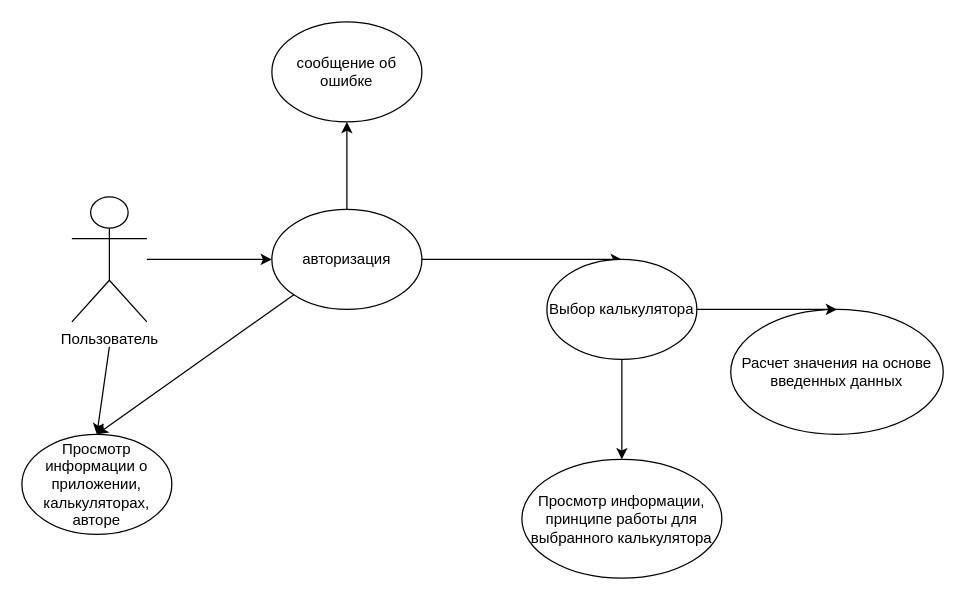
This is pr1.drawio from Alexander-Bankov/draw, a draw.io file, before an edit. Source tidied: cells renumbered, new cells numbered last; positions are measured from the earlier drawing's top-left corner, leaving out a move shared by most shapes. Both pictures are drawn from the tidied source at 125%, with x=0, y=0 at pixel (21, 21).
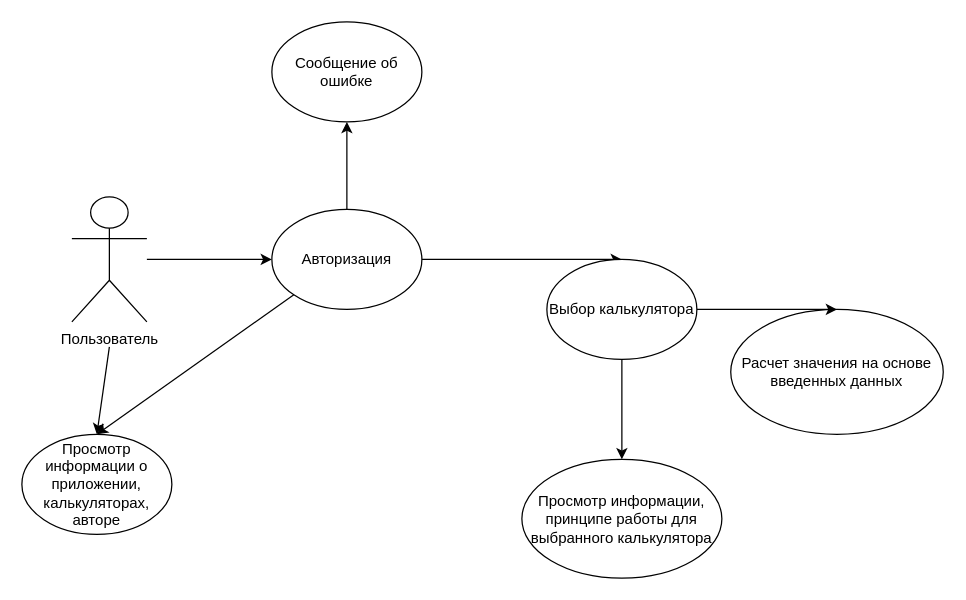
The same page after the edit.

Diff of the diagram source:
```diff
@@
 <mxGraphModel>
   <root>
     <mxCell id="0" />
     <mxCell id="1" parent="0" />
     <mxCell id="2" value="Пользователь" style="shape=umlActor;verticalLabelPosition=bottom;verticalAlign=top;html=1;outlineConnect=0;labelPosition=center;align=center;" parent="1" vertex="1">
       <mxGeometry x="40" y="140" width="60" height="100" as="geometry" />
     </mxCell>
     <mxCell id="3" style="endArrow=classic;html=1;rounded=0;entryX=0.5;entryY=0;entryDx=0;entryDy=0;" parent="1" edge="1" source="13" target="4">
       <mxGeometry relative="1" as="geometry" />
     </mxCell>
     <mxCell id="4" value="Выбор калькулятора" style="ellipse;whiteSpace=wrap;html=1;" parent="1" vertex="1">
       <mxGeometry x="420" y="190" width="120" height="80" as="geometry" />
     </mxCell>
     <mxCell id="5" value="Просмотр информации, принципе работы для выбранного калькулятора" style="ellipse;whiteSpace=wrap;html=1;" parent="1" vertex="1">
       <mxGeometry x="400" y="350" width="160" height="95" as="geometry" />
     </mxCell>
     <mxCell id="6" style="endArrow=classic;html=1;rounded=0;entryX=0.5;entryY=0;entryDx=0;entryDy=0;exitX=0.5;exitY=1;exitDx=0;exitDy=0;" parent="1" edge="1" source="4" target="5">
       <mxGeometry relative="1" as="geometry" />
     </mxCell>
     <mxCell id="7" value="Расчет значения на основе введенных данных" style="ellipse;whiteSpace=wrap;html=1;" parent="1" vertex="1">
       <mxGeometry x="567.1" y="230" width="170" height="100" as="geometry" />
     </mxCell>
     <mxCell id="8" style="endArrow=classic;html=1;rounded=0;exitX=1;exitY=0.5;exitDx=0;exitDy=0;entryX=0.5;entryY=0;entryDx=0;entryDy=0;" parent="1" edge="1" source="4" target="7">
       <mxGeometry relative="1" as="geometry" />
     </mxCell>
     <mxCell id="9" style="endArrow=classic;html=1;rounded=0;exitX=0;exitY=1;exitDx=0;exitDy=0;entryX=0.5;entryY=0;entryDx=0;entryDy=0;" parent="1" edge="1" source="13" target="10">
       <mxGeometry relative="1" as="geometry" />
     </mxCell>
     <mxCell id="10" value="Просмотр информации о приложении, калькуляторах, авторе" style="ellipse;whiteSpace=wrap;html=1;" parent="1" vertex="1">
       <mxGeometry y="330" width="120" height="80" as="geometry" />
     </mxCell>
     <mxCell id="11" style="endArrow=classic;html=1;rounded=0;exitX=0.5;exitY=0;exitDx=0;exitDy=0;" parent="1" edge="1" source="13">
       <mxGeometry relative="1" as="geometry">
         <mxPoint x="260" y="80" as="targetPoint" />
       </mxGeometry>
     </mxCell>
     <mxCell id="12" style="endArrow=classic;html=1;rounded=0;" parent="1" edge="1" source="2">
       <mxGeometry relative="1" as="geometry">
         <mxPoint x="200" y="190" as="targetPoint" />
       </mxGeometry>
     </mxCell>
-    <mxCell id="13" value="авторизация" style="ellipse;whiteSpace=wrap;html=1;" parent="1" vertex="1">
+    <mxCell id="13" value="Авторизация" style="ellipse;whiteSpace=wrap;html=1;" parent="1" vertex="1">
       <mxGeometry x="200" y="150" width="120" height="80" as="geometry" />
     </mxCell>
-    <mxCell id="14" value="сообщение об ошибке" style="ellipse;whiteSpace=wrap;html=1;" parent="1" vertex="1">
+    <mxCell id="14" value="Сообщение об ошибке" style="ellipse;whiteSpace=wrap;html=1;" parent="1" vertex="1">
       <mxGeometry x="200" width="120" height="80" as="geometry" />
     </mxCell>
     <mxCell id="15" style="endArrow=classic;html=1;rounded=0;entryX=0.5;entryY=0;entryDx=0;entryDy=0;" parent="1" edge="1" target="10">
       <mxGeometry relative="1" as="geometry">
         <mxPoint x="70" y="260" as="sourcePoint" />
       </mxGeometry>
     </mxCell>
   </root>
 </mxGraphModel>
```
